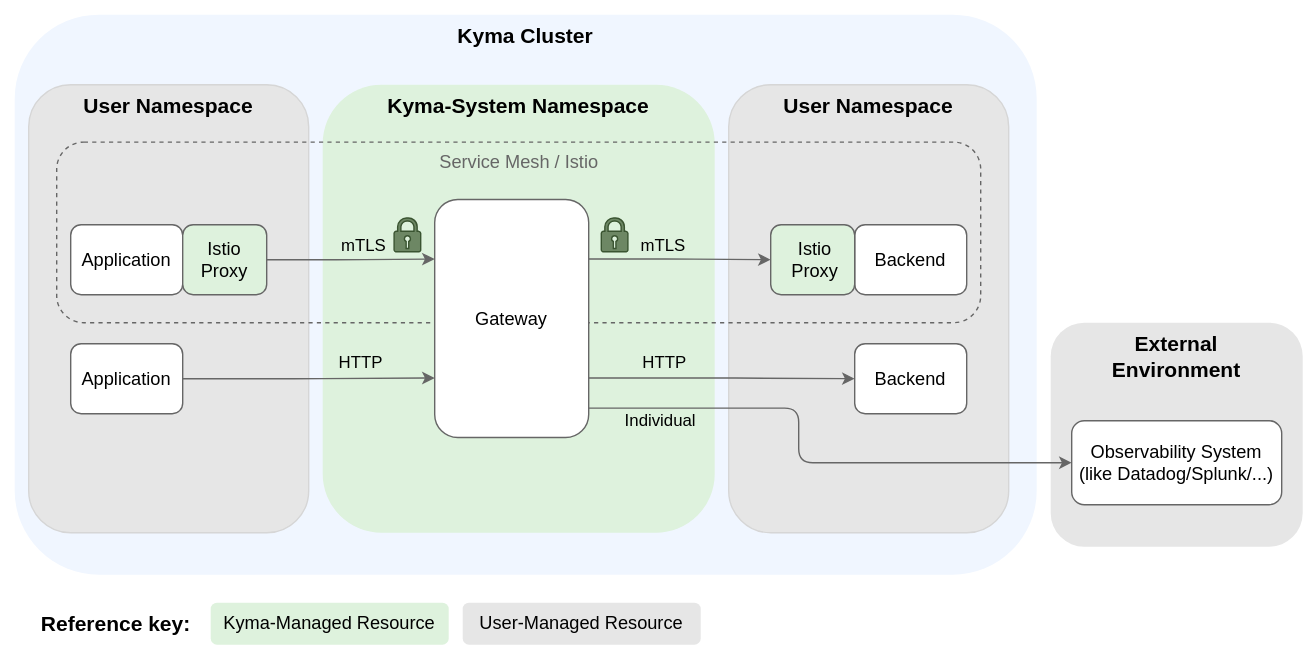
Above: docs/user/assets/gateways-istio.drawio.svg in kyma-project/telemetry-manager (draw.io), before the change. Source tidied: cells renumbered, new cells last; positions are measured from the earlier drawing's top-left corner, leaving out a move shared by most shapes.
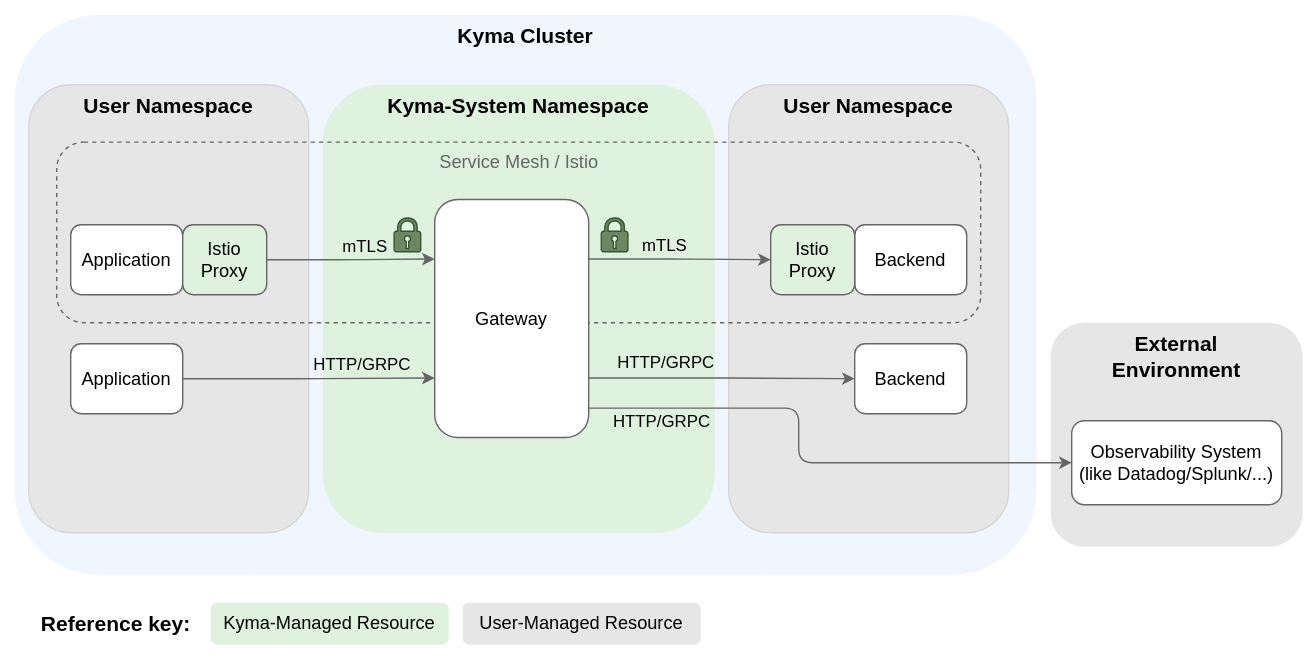
After the change.

Commit message:
docs: Explain in more detail the push URLs for gateways

What changed in the source:
```diff
@@ -23,7 +23,7 @@
     <mxCell id="8" style="edgeStyle=orthogonalEdgeStyle;rounded=1;jettySize=auto;html=1;entryX=0;entryY=0.75;entryDx=0;entryDy=0;strokeColor=#666666;exitX=1;exitY=0.5;exitDx=0;exitDy=0;" parent="1" edge="1" source="15" target="12">
       <mxGeometry relative="1" as="geometry" />
     </mxCell>
-    <mxCell id="9" value="HTTP" style="edgeLabel;html=1;align=center;verticalAlign=middle;labelBackgroundColor=none;fontSize=12;" parent="8" vertex="1">
+    <mxCell id="9" value="HTTP/GRPC" style="edgeLabel;html=1;align=center;verticalAlign=middle;labelBackgroundColor=none;fontSize=12;" parent="8" vertex="1">
       <mxGeometry x="-0.39" y="-4" relative="1" as="geometry">
         <mxPoint x="72" y="-15" as="offset" />
       </mxGeometry>
@@ -55,7 +55,7 @@
     <mxCell id="18" style="edgeStyle=orthogonalEdgeStyle;rounded=1;jettySize=auto;html=1;entryX=0;entryY=0.5;entryDx=0;entryDy=0;strokeColor=#666666;exitX=1;exitY=0.75;exitDx=0;exitDy=0;" parent="1" edge="1" source="12" target="17">
       <mxGeometry relative="1" as="geometry" />
     </mxCell>
-    <mxCell id="19" value="HTTP" style="edgeLabel;html=1;align=center;verticalAlign=middle;labelBackgroundColor=none;fontSize=12;" parent="18" vertex="1">
+    <mxCell id="19" value="HTTP/GRPC" style="edgeLabel;html=1;align=center;verticalAlign=middle;labelBackgroundColor=none;fontSize=12;" parent="18" vertex="1">
       <mxGeometry x="-0.39" y="-4" relative="1" as="geometry">
         <mxPoint x="-4" y="-15" as="offset" />
       </mxGeometry>
@@ -100,7 +100,7 @@
         </Array>
       </mxGeometry>
     </mxCell>
-    <mxCell id="30" value="&lt;span style=&quot;font-size: 12px;&quot;&gt;Individual&lt;/span&gt;" style="edgeLabel;html=1;align=center;verticalAlign=middle;labelBackgroundColor=none;fontSize=12;" parent="29" vertex="1">
+    <mxCell id="30" value="&lt;span style=&quot;font-size: 12px;&quot;&gt;HTTP/GRPC&lt;/span&gt;" style="edgeLabel;html=1;align=center;verticalAlign=middle;labelBackgroundColor=none;fontSize=12;" parent="29" vertex="1">
       <mxGeometry x="-0.1" y="2" relative="1" as="geometry">
         <mxPoint x="-101" y="-14" as="offset" />
       </mxGeometry>
```
